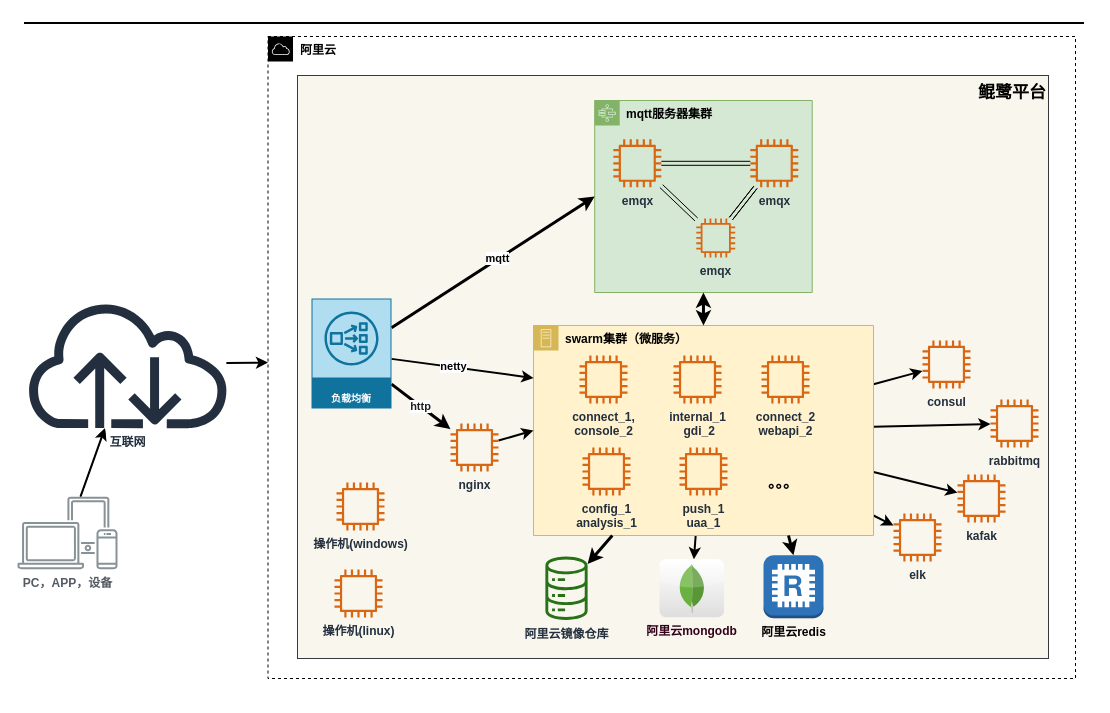
Above: cloud.drawio in jimmy0/chart (draw.io), before the change. Source tidied: cells renumbered, new cells numbered last; positions are measured from the earlier drawing's top-left corner, leaving out a move shared by most shapes. Both pictures are drawn from the tidied source at 100%, with x=0, y=0 at pixel (17, 18).
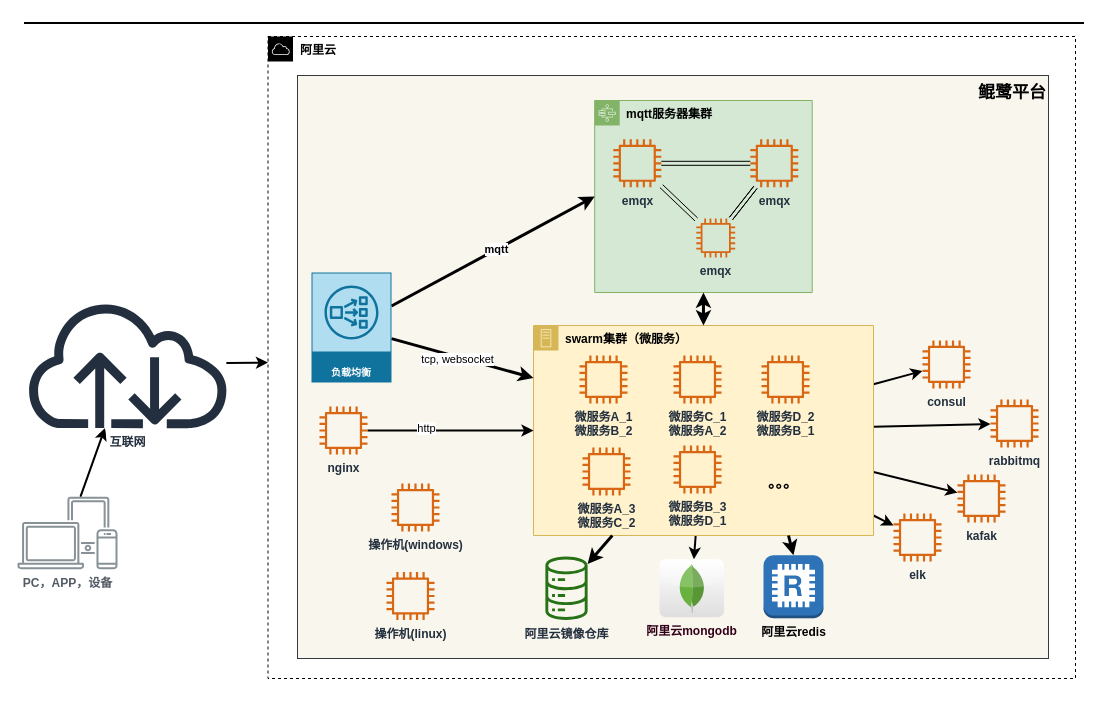
After the change.

The change refers to these unchanged cells:
```xml
<mxCell id="10" value="swarm集群（微服务）" style="points=[[0,0],[0.25,0],[0.5,0],[0.75,0],[1,0],[1,0.25],[1,0.5],[1,0.75],[1,1],[0.75,1],[0.5,1],[0.25,1],[0,1],[0,0.75],[0,0.5],[0,0.25]];outlineConnect=0;html=1;whiteSpace=wrap;fontSize=12;fontStyle=1;shape=mxgraph.aws4.group;grIcon=mxgraph.aws4.group_on_premise;strokeColor=#d6b656;fillColor=#fff2cc;verticalAlign=top;align=left;spacingLeft=30;dashed=0;" parent="1" vertex="1">
  <mxGeometry x="516" y="307" width="340" height="210" as="geometry" />
</mxCell>
<mxCell id="46" style="edgeStyle=none;rounded=0;jettySize=auto;html=1;strokeWidth=2;fontColor=#FFFFFF;entryX=0;entryY=0.5;entryDx=0;entryDy=0;" parent="1" edge="1" source="47" target="10">
  <mxGeometry relative="1" as="geometry" />
</mxCell>
```

Change to the diagram source:
```diff
@@
-    <mxCell id="25" value="connect_1,&lt;br&gt;console_2" style="fontColor=#232F3E;gradientColor=none;fillColor=#D86613;strokeColor=none;dashed=0;verticalLabelPosition=bottom;verticalAlign=top;align=center;html=1;fontSize=12;fontStyle=1;shape=mxgraph.aws4.instance2;" parent="1" vertex="1">
+    <mxCell id="25" value="微服务A_1&lt;br&gt;微服务B_2" style="fontColor=#232F3E;gradientColor=none;fillColor=#D86613;strokeColor=none;dashed=0;verticalLabelPosition=bottom;verticalAlign=top;align=center;html=1;fontSize=12;fontStyle=1;shape=mxgraph.aws4.instance2;" parent="1" vertex="1">
       <mxGeometry x="562" y="337" width="48" height="48" as="geometry" />
     </mxCell>
-    <mxCell id="26" value="internal_1&lt;br&gt;&amp;nbsp;gdi_2" style="fontColor=#232F3E;gradientColor=none;fillColor=#D86613;strokeColor=none;dashed=0;verticalLabelPosition=bottom;verticalAlign=top;align=center;html=1;fontSize=12;fontStyle=1;shape=mxgraph.aws4.instance2;" parent="1" vertex="1">
+    <mxCell id="26" value="微服务C_1&lt;br&gt;微服务A_2" style="fontColor=#232F3E;gradientColor=none;fillColor=#D86613;strokeColor=none;dashed=0;verticalLabelPosition=bottom;verticalAlign=top;align=center;html=1;fontSize=12;fontStyle=1;shape=mxgraph.aws4.instance2;" parent="1" vertex="1">
       <mxGeometry x="656" y="337" width="48" height="48" as="geometry" />
     </mxCell>
-    <mxCell id="27" value="config_1&lt;br&gt;analysis_1&lt;br&gt;" style="fontColor=#232F3E;gradientColor=none;fillColor=#D86613;strokeColor=none;dashed=0;verticalLabelPosition=bottom;verticalAlign=top;align=center;html=1;fontSize=12;fontStyle=1;shape=mxgraph.aws4.instance2;direction=north;" parent="1" vertex="1">
+    <mxCell id="27" value="微服务A_3&lt;br&gt;微服务C_2" style="fontColor=#232F3E;gradientColor=none;fillColor=#D86613;strokeColor=none;dashed=0;verticalLabelPosition=bottom;verticalAlign=top;align=center;html=1;fontSize=12;fontStyle=1;shape=mxgraph.aws4.instance2;direction=north;" parent="1" vertex="1">
       <mxGeometry x="565" y="429" width="48" height="48" as="geometry" />
     </mxCell>
@@
-    <mxCell id="29" value="push_1&lt;br&gt;uaa_1" style="fontColor=#232F3E;gradientColor=none;fillColor=#D86613;strokeColor=none;dashed=0;verticalLabelPosition=bottom;verticalAlign=top;align=center;html=1;fontSize=12;fontStyle=1;shape=mxgraph.aws4.instance2;" parent="1" vertex="1">
-      <mxGeometry x="662" y="429" width="48" height="48" as="geometry" />
+    <mxCell id="29" value="微服务B_3&lt;br&gt;微服务D_1" style="fontColor=#232F3E;gradientColor=none;fillColor=#D86613;strokeColor=none;dashed=0;verticalLabelPosition=bottom;verticalAlign=top;align=center;html=1;fontSize=12;fontStyle=1;shape=mxgraph.aws4.instance2;" parent="1" vertex="1">
+      <mxGeometry x="656" y="427" width="48" height="48" as="geometry" />
     </mxCell>
-    <mxCell id="30" value="connect_2&lt;br&gt;webapi_2" style="fontColor=#232F3E;gradientColor=none;fillColor=#D86613;strokeColor=none;dashed=0;verticalLabelPosition=bottom;verticalAlign=top;align=center;html=1;fontSize=12;fontStyle=1;shape=mxgraph.aws4.instance2;" parent="1" vertex="1">
+    <mxCell id="30" value="微服务D_2&lt;br&gt;微服务B_1" style="fontColor=#232F3E;gradientColor=none;fillColor=#D86613;strokeColor=none;dashed=0;verticalLabelPosition=bottom;verticalAlign=top;align=center;html=1;fontSize=12;fontStyle=1;shape=mxgraph.aws4.instance2;" parent="1" vertex="1">
       <mxGeometry x="744" y="337" width="48" height="48" as="geometry" />
     </mxCell>
@@
     <mxCell id="37" value="操作机(windows)" style="fontColor=#232F3E;gradientColor=none;fillColor=#D86613;strokeColor=none;dashed=0;verticalLabelPosition=bottom;verticalAlign=top;align=center;html=1;fontSize=12;fontStyle=1;shape=mxgraph.aws4.instance2;" parent="1" vertex="1">
-      <mxGeometry x="319" y="464" width="48" height="48" as="geometry" />
+      <mxGeometry x="374" y="465" width="48" height="48" as="geometry" />
     </mxCell>
     <mxCell id="38" value="操作机(linux)" style="fontColor=#232F3E;gradientColor=none;fillColor=#D86613;strokeColor=none;dashed=0;verticalLabelPosition=bottom;verticalAlign=top;align=center;html=1;fontSize=12;fontStyle=1;shape=mxgraph.aws4.instance2;" parent="1" vertex="1">
-      <mxGeometry x="317" y="551" width="48" height="48" as="geometry" />
+      <mxGeometry x="369" y="553.5" width="48" height="48" as="geometry" />
     </mxCell>
@@
-    <mxCell id="41" value="http" style="edgeStyle=none;rounded=0;jettySize=auto;html=1;fontColor=#212121;fontStyle=1;strokeWidth=3;" parent="1" edge="1" source="44" target="47">
-      <mxGeometry relative="1" as="geometry" />
-    </mxCell>
-    <mxCell id="42" style="edgeStyle=none;rounded=0;jettySize=auto;html=1;entryX=0;entryY=0.25;entryDx=0;entryDy=0;strokeWidth=2;fontColor=#FFFFFF;" parent="1" edge="1" source="44" target="10">
+    <mxCell id="42" style="rounded=0;jettySize=auto;html=1;entryX=0;entryY=0.25;entryDx=0;entryDy=0;strokeWidth=3;" parent="1" edge="1" source="44" target="10">
       <mxGeometry relative="1" as="geometry" />
     </mxCell>
-    <mxCell id="43" value="netty" style="edgeLabel;html=1;align=center;verticalAlign=middle;fontStyle=1;" parent="42" vertex="1">
-      <mxGeometry x="-0.14" y="1" relative="1" as="geometry" />
-    </mxCell>
+    <mxCell id="51" value="tcp, websocket" style="edgeLabel;html=1;align=center;verticalAlign=middle;" parent="42" vertex="1">
+      <mxGeometry x="0.19" y="-1" relative="1" as="geometry">
+        <mxPoint x="-19" y="-4" as="offset" />
+      </mxGeometry>
+    </mxCell>
     <mxCell id="44" value="负载均衡" style="outlineConnect=0;dashed=0;verticalLabelPosition=middle;verticalAlign=bottom;align=center;html=1;whiteSpace=wrap;fontSize=10;fontStyle=1;spacing=3;shape=mxgraph.aws4.productIcon;prIcon=mxgraph.aws4.network_load_balancer;fillColor=#b1ddf0;strokeColor=#10739e;fontColor=#FFFFFF;" parent="1" vertex="1">
-      <mxGeometry x="294" y="280" width="80" height="110" as="geometry" />
+      <mxGeometry x="294" y="254" width="80" height="110" as="geometry" />
     </mxCell>
@@
+    <mxCell id="41" value="http" style="edgeLabel;html=1;align=center;verticalAlign=middle;" parent="46" vertex="1">
+      <mxGeometry x="-0.3" y="-3" relative="1" as="geometry">
+        <mxPoint y="-6" as="offset" />
+      </mxGeometry>
+    </mxCell>
     <mxCell id="47" value="nginx" style="outlineConnect=0;fontColor=#232F3E;gradientColor=none;fillColor=#D86613;strokeColor=none;dashed=0;verticalLabelPosition=bottom;verticalAlign=top;align=center;html=1;fontSize=12;fontStyle=1;shape=mxgraph.aws4.instance2;" parent="1" vertex="1">
-      <mxGeometry x="433" y="405" width="48" height="48" as="geometry" />
+      <mxGeometry x="302" y="388" width="48" height="48" as="geometry" />
     </mxCell>
```
